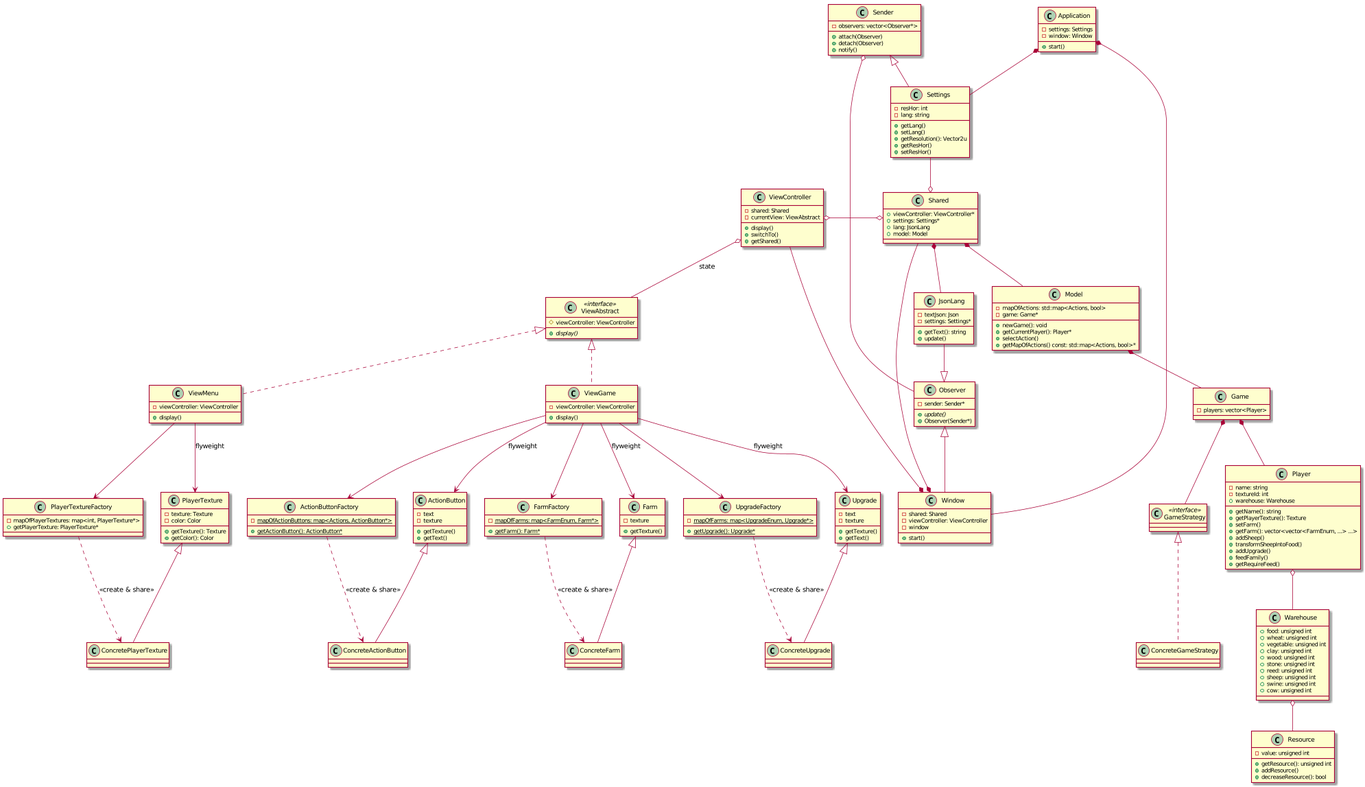
This is docs/UML/ClassUML.png from ArturBa/AlmostAgricola, a PlantUML export, as it was before one commit.
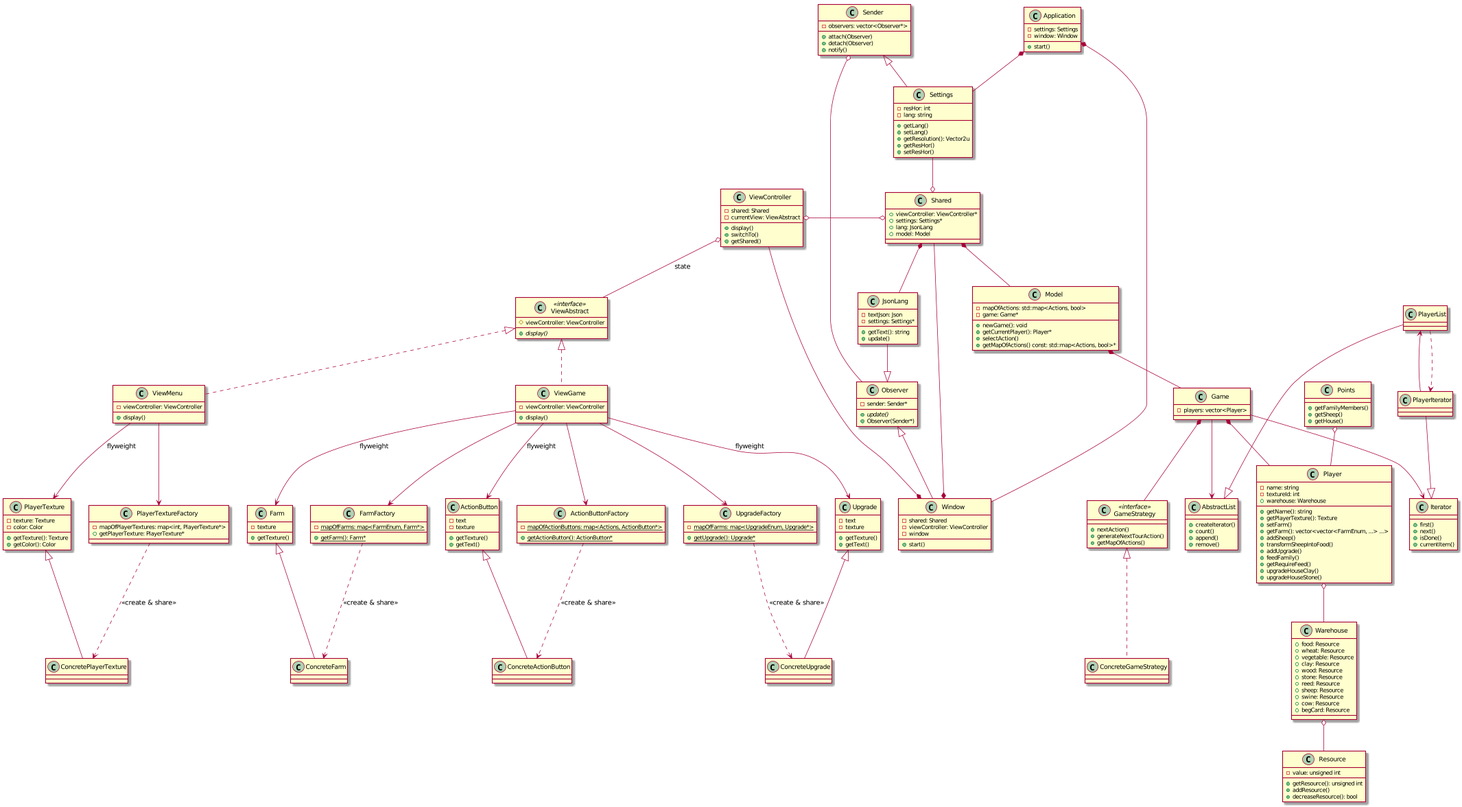
Later version of the same file.

Commit message:
Add multiple tests for PlayerIterator. Update Class UML

Change to the diagram source:
```diff
@@ -152,19 +152,22 @@
     + addUpgrade()
     + feedFamily()
     + getRequireFeed()
+    + upgradeHouseClay()
+    + upgradeHouseStone()
 }
 
 class Warehouse {
-    + food: unsigned int
-    + wheat: unsigned int
-    + vegetable: unsigned int
-    + clay: unsigned int
-    + wood: unsigned int
-    + stone: unsigned int
-    + reed: unsigned int
-    + sheep: unsigned int
-    + swine: unsigned int
-    + cow: unsigned int
+    + food: Resource
+    + wheat: Resource
+    + vegetable: Resource
+    + clay: Resource
+    + wood: Resource
+    + stone: Resource
+    + reed: Resource
+    + sheep: Resource
+    + swine: Resource
+    + cow: Resource
+    + begCard: Resource
 }
 
 class Resource {
@@ -179,12 +182,35 @@
 }
 
 class GameStrategy <<interface>> {
-
+    + nextAction()
+    + generateNextTourAction()
+    + getMapOfActions()
 }
 
 class ConcreteGameStrategy {
 
 }
+
+class Points {
+    + getFamilyMembers()
+    + getSheep()
+    + getHouse()
+}
+
+class AbstractList {
+    + createIterator()
+    + count()
+    + append()
+    + remove()
+}
+
+class Iterator {
+    + first()
+    + next()
+    + isDone()
+    + currentItem()
+}
+
 
 Window *-- ViewController
 Window *-- Shared
@@ -236,4 +262,13 @@
 Game *-- GameStrategy
 GameStrategy <|.. ConcreteGameStrategy
 
+Points o-- Player
+
+Game --> AbstractList
+Game --> Iterator
+PlayerList --|> AbstractList
+PlayerIterator --|> Iterator
+PlayerList <-- PlayerIterator
+PlayerList ..> PlayerIterator
+
 @enduml
```
